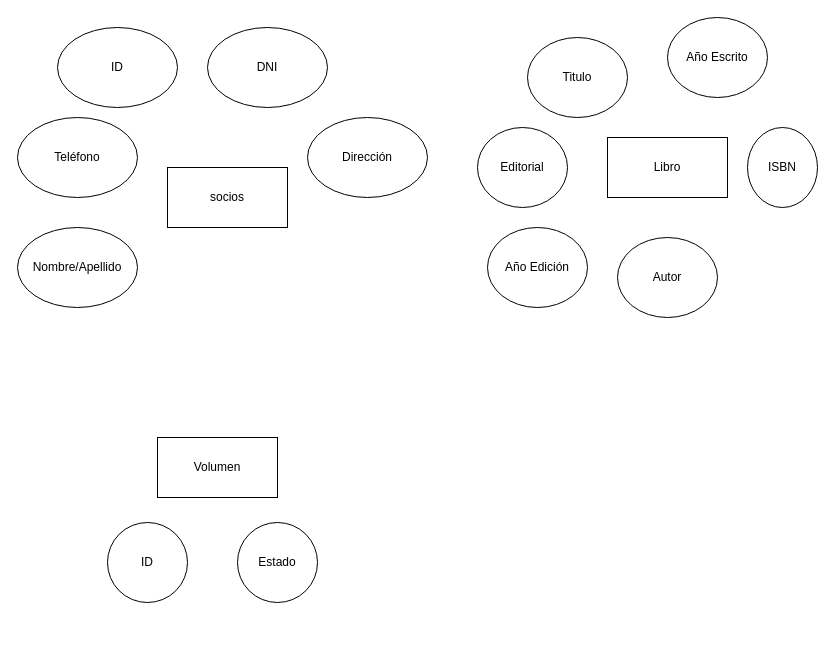
Earlier version of the draw.io diagram Diagrama ejercio11.drawio (LuisAlvarado89/Proyecto1). Source tidied: cells renumbered, new cells numbered last; positions are measured from the earlier drawing's top-left corner, leaving out a move shared by most shapes. Both pictures are drawn from the tidied source at 100%, with x=0, y=0 at pixel (17, 17).
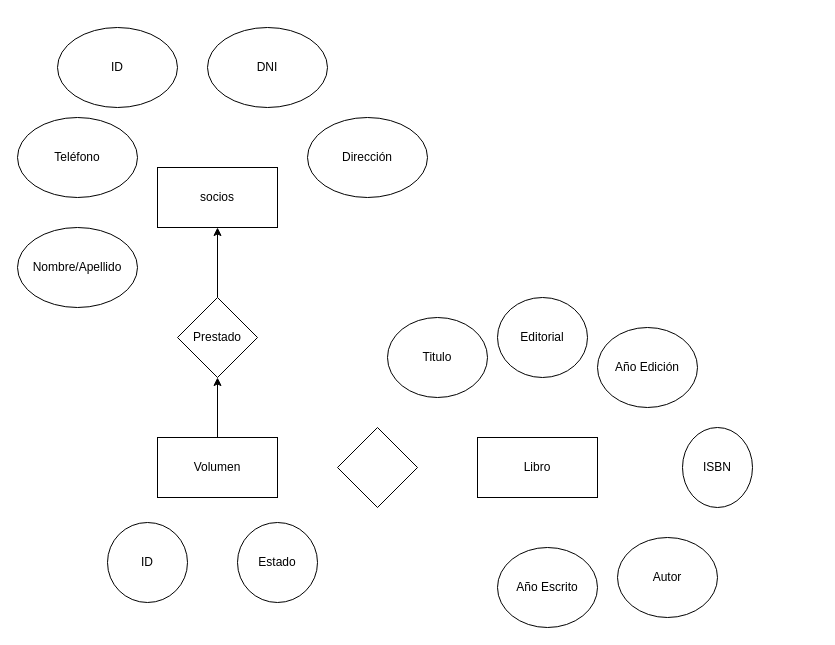
Above is the later version.

The change refers to these unchanged cells:
```xml
<mxCell id="4" value="Volumen" style="rounded=0;whiteSpace=wrap;html=1;" parent="1" vertex="1">
  <mxGeometry x="140" y="420" width="120" height="60" as="geometry" />
</mxCell>
```

What changed in the source:
```diff
@@
     <mxCell id="2" value="socios" style="rounded=0;whiteSpace=wrap;html=1;" parent="1" vertex="1">
-      <mxGeometry x="150" y="150" width="120" height="60" as="geometry" />
+      <mxGeometry x="140" y="150" width="120" height="60" as="geometry" />
     </mxCell>
     <mxCell id="3" value="Libro" style="rounded=0;whiteSpace=wrap;html=1;" parent="1" vertex="1">
-      <mxGeometry x="590" y="120" width="120" height="60" as="geometry" />
+      <mxGeometry x="460" y="420" width="120" height="60" as="geometry" />
     </mxCell>
+    <mxCell id="18" style="edgeStyle=orthogonalEdgeStyle;rounded=0;jettySize=auto;html=1;exitX=0.5;exitY=0;exitDx=0;exitDy=0;entryX=0.5;entryY=1;entryDx=0;entryDy=0;" parent="1" edge="1" source="4" target="20">
+      <mxGeometry relative="1" as="geometry" />
+    </mxCell>
@@
     <mxCell id="10" value="Titulo" style="ellipse;whiteSpace=wrap;html=1;" parent="1" vertex="1">
-      <mxGeometry x="510" y="20" width="100" height="80" as="geometry" />
+      <mxGeometry x="370" y="300" width="100" height="80" as="geometry" />
     </mxCell>
     <mxCell id="11" value="Editorial" style="ellipse;whiteSpace=wrap;html=1;" parent="1" vertex="1">
-      <mxGeometry x="460" y="110" width="90" height="80" as="geometry" />
+      <mxGeometry x="480" y="280" width="90" height="80" as="geometry" />
     </mxCell>
     <mxCell id="12" value="Año Escrito" style="ellipse;whiteSpace=wrap;html=1;" parent="1" vertex="1">
-      <mxGeometry x="650" width="100" height="80" as="geometry" />
+      <mxGeometry x="480" y="530" width="100" height="80" as="geometry" />
     </mxCell>
     <mxCell id="13" value="Año Edición" style="ellipse;whiteSpace=wrap;html=1;" parent="1" vertex="1">
-      <mxGeometry x="470" y="210" width="100" height="80" as="geometry" />
+      <mxGeometry x="580" y="310" width="100" height="80" as="geometry" />
     </mxCell>
     <mxCell id="14" value="Autor" style="ellipse;whiteSpace=wrap;html=1;" parent="1" vertex="1">
-      <mxGeometry x="600" y="220" width="100" height="80" as="geometry" />
+      <mxGeometry x="600" y="520" width="100" height="80" as="geometry" />
     </mxCell>
     <mxCell id="15" value="ISBN" style="ellipse;whiteSpace=wrap;html=1;" parent="1" vertex="1">
-      <mxGeometry x="730" y="110" width="70" height="80" as="geometry" />
+      <mxGeometry x="665" y="410" width="70" height="80" as="geometry" />
     </mxCell>
@@
+    <mxCell id="19" style="edgeStyle=orthogonalEdgeStyle;rounded=0;jettySize=auto;html=1;exitX=0.5;exitY=0;exitDx=0;exitDy=0;entryX=0.5;entryY=1;entryDx=0;entryDy=0;" parent="1" edge="1" source="20" target="2">
+      <mxGeometry relative="1" as="geometry" />
+    </mxCell>
+    <mxCell id="20" value="Prestado" style="rhombus;whiteSpace=wrap;html=1;" parent="1" vertex="1">
+      <mxGeometry x="160" y="280" width="80" height="80" as="geometry" />
+    </mxCell>
+    <mxCell id="21" style="rhombus;whiteSpace=wrap;html=1;" parent="1" vertex="1">
+      <mxGeometry x="320" y="410" width="80" height="80" as="geometry" />
+    </mxCell>
```
